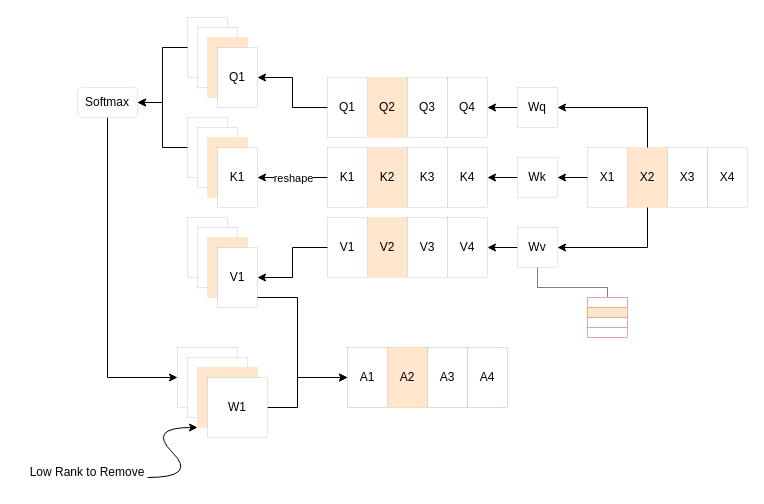
The draw.io diagram 未命名绘图.drawio in ZhangzeqingCN/api-project, before the edit. Source tidied: cells renumbered, new cells numbered last; positions are measured from the earlier drawing's top-left corner, leaving out a move shared by most shapes. Both pictures are drawn from the tidied source at 100%, with x=0, y=0 at pixel (17, 17).
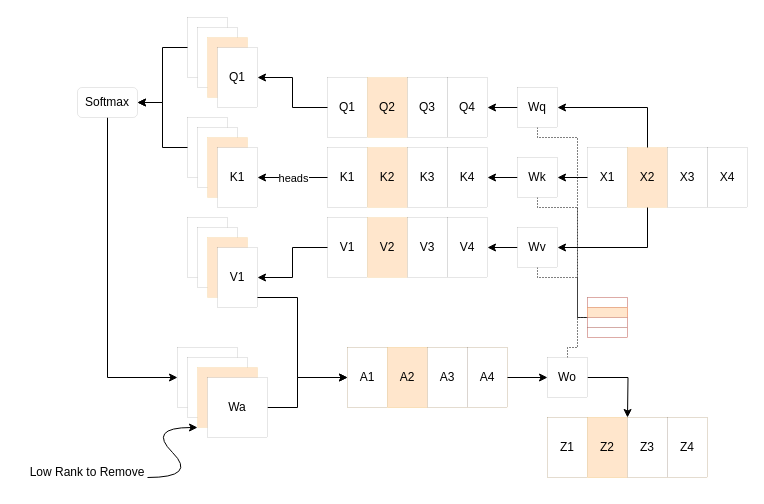
After the change.

Commit message (it also covers changes not shown here):
更新未命名绘图.drawio

Unchanged cells that the change refers to:
```xml
<mxCell id="13" value="Q1" style="rounded=0;whiteSpace=wrap;html=1;strokeWidth=0;" parent="12" vertex="1">
  <mxGeometry width="40" height="60" as="geometry" />
</mxCell>
<mxCell id="23" value="Wq" style="whiteSpace=wrap;html=1;strokeWidth=0;" parent="1" vertex="1">
  <mxGeometry x="500" y="70" width="40" height="40" as="geometry" />
</mxCell>
<mxCell id="25" value="Wk" style="whiteSpace=wrap;html=1;strokeWidth=0;" parent="1" vertex="1">
  <mxGeometry x="500" y="140" width="40" height="40" as="geometry" />
</mxCell>
<mxCell id="28" value="Wv" style="whiteSpace=wrap;html=1;strokeWidth=0;" parent="1" vertex="1">
  <mxGeometry x="500" y="210" width="40" height="40" as="geometry" />
</mxCell>
<mxCell id="36" value="Q1" style="rounded=0;whiteSpace=wrap;html=1;strokeWidth=0;" parent="32" vertex="1">
  <mxGeometry x="30" y="30" width="40" height="60" as="geometry" />
</mxCell>
<mxCell id="48" style="edgeStyle=orthogonalEdgeStyle;rounded=0;jettySize=auto;html=1;" parent="1" edge="1" source="8" target="41">
  <mxGeometry relative="1" as="geometry" />
</mxCell>
<mxCell id="51" style="group;" parent="1" vertex="1">
  <mxGeometry x="160" y="330" width="90" height="90" as="geometry" />
</mxCell>
<mxCell id="65" value="A4" style="rounded=0;whiteSpace=wrap;html=1;strokeWidth=0;" parent="61" vertex="1">
  <mxGeometry x="120" width="40" height="60" as="geometry" />
</mxCell>
<mxCell id="68" style="whiteSpace=wrap;html=1;strokeWidth=0;" parent="67" vertex="1">
  <mxGeometry width="40" height="10" as="geometry" />
</mxCell>
<mxCell id="69" style="whiteSpace=wrap;html=1;fillColor=#ffe6cc;strokeColor=#d79b00;strokeWidth=0;" parent="67" vertex="1">
  <mxGeometry y="10" width="40" height="10" as="geometry" />
</mxCell>
<mxCell id="70" style="whiteSpace=wrap;html=1;strokeWidth=0;" parent="67" vertex="1">
  <mxGeometry y="20" width="40" height="10" as="geometry" />
</mxCell>
```

Diff of the diagram source:
```diff
@@
+    <mxCell id="74" style="edgeStyle=orthogonalEdgeStyle;rounded=0;jettySize=auto;html=1;entryX=0;entryY=0;entryDx=0;entryDy=0;dashed=1;dashPattern=1 2;endArrow=none;startFill=0;" parent="1" edge="1" source="23" target="70">
+      <mxGeometry relative="1" as="geometry">
+        <Array as="points">
+          <mxPoint x="520" y="120" />
+          <mxPoint x="560" y="120" />
+          <mxPoint x="560" y="300" />
+        </Array>
+      </mxGeometry>
+    </mxCell>
@@
+    <mxCell id="75" style="edgeStyle=orthogonalEdgeStyle;rounded=0;jettySize=auto;html=1;entryX=0;entryY=0;entryDx=0;entryDy=0;dashed=1;dashPattern=1 2;endArrow=none;startFill=0;" parent="1" edge="1" source="25" target="70">
+      <mxGeometry relative="1" as="geometry">
+        <Array as="points">
+          <mxPoint x="520" y="190" />
+          <mxPoint x="560" y="190" />
+          <mxPoint x="560" y="300" />
+        </Array>
+      </mxGeometry>
+    </mxCell>
@@
-    <mxCell id="27" style="edgeStyle=orthogonalEdgeStyle;rounded=0;jettySize=auto;html=1;entryX=0.5;entryY=0;entryDx=0;entryDy=0;dashed=1;dashPattern=1 1;strokeColor=default;endArrow=none;startFill=0;strokeWidth=1;" parent="1" edge="1" source="28" target="68">
-      <mxGeometry relative="1" as="geometry">
-        <Array as="points">
-          <mxPoint x="520" y="270" />
-          <mxPoint x="590" y="270" />
-        </Array>
-      </mxGeometry>
-    </mxCell>
+    <mxCell id="76" style="edgeStyle=orthogonalEdgeStyle;rounded=0;jettySize=auto;html=1;entryX=0;entryY=0;entryDx=0;entryDy=0;dashed=1;dashPattern=1 2;endArrow=none;startFill=0;strokeWidth=1;" parent="1" edge="1" source="28" target="70">
+      <mxGeometry relative="1" as="geometry">
+        <Array as="points">
+          <mxPoint x="520" y="260" />
+          <mxPoint x="560" y="260" />
+          <mxPoint x="560" y="300" />
+        </Array>
+      </mxGeometry>
+    </mxCell>
@@
     <mxCell id="47" style="edgeStyle=orthogonalEdgeStyle;rounded=0;jettySize=auto;html=1;" parent="1" edge="1" source="13" target="36">
-      <mxGeometry relative="1" as="geometry" />
+      <mxGeometry relative="1" as="geometry">
+        <Array as="points">
+          <mxPoint x="275" y="90" />
+          <mxPoint x="275" y="60" />
+        </Array>
+      </mxGeometry>
     </mxCell>
@@
-    <mxCell id="49" value="reshape" style="edgeLabel;html=1;align=center;verticalAlign=middle;" parent="48" vertex="1">
+    <mxCell id="49" value="heads" style="edgeLabel;html=1;align=center;verticalAlign=middle;" parent="48" vertex="1">
       <mxGeometry x="-0.01" y="2" relative="1" as="geometry">
         <mxPoint y="-2" as="offset" />
       </mxGeometry>
     </mxCell>
@@
-    <mxCell id="56" value="W1" style="rounded=0;whiteSpace=wrap;html=1;strokeWidth=0;" parent="51" vertex="1">
+    <mxCell id="56" value="Wa" style="rounded=0;whiteSpace=wrap;html=1;strokeWidth=0;" parent="51" vertex="1">
       <mxGeometry x="30" y="30" width="60" height="60" as="geometry" />
     </mxCell>
@@
+    <mxCell id="77" style="edgeStyle=orthogonalEdgeStyle;rounded=0;jettySize=auto;html=1;entryX=0;entryY=1;entryDx=0;entryDy=0;dashed=1;dashPattern=1 2;endArrow=none;startFill=0;" parent="1" edge="1" source="79" target="69">
+      <mxGeometry relative="1" as="geometry">
+        <Array as="points">
+          <mxPoint x="550" y="330" />
+          <mxPoint x="560" y="330" />
+          <mxPoint x="560" y="300" />
+        </Array>
+      </mxGeometry>
+    </mxCell>
+    <mxCell id="78" style="edgeStyle=orthogonalEdgeStyle;rounded=0;jettySize=auto;html=1;exitX=1;exitY=0.5;exitDx=0;exitDy=0;" parent="1" edge="1" source="79">
+      <mxGeometry relative="1" as="geometry">
+        <mxPoint x="610" y="400" as="targetPoint" />
+      </mxGeometry>
+    </mxCell>
+    <mxCell id="79" value="Wo" style="whiteSpace=wrap;html=1;strokeWidth=0;" parent="1" vertex="1">
+      <mxGeometry x="530" y="340" width="40" height="40" as="geometry" />
+    </mxCell>
+    <mxCell id="80" style="edgeStyle=orthogonalEdgeStyle;rounded=0;jettySize=auto;html=1;" parent="1" edge="1" source="65" target="79">
+      <mxGeometry relative="1" as="geometry" />
+    </mxCell>
+    <mxCell id="81" style="group;fillColor=#ffe6cc;strokeColor=#d79b00;strokeWidth=0;" parent="1" vertex="1">
+      <mxGeometry x="530" y="400" width="160" height="60" as="geometry" />
+    </mxCell>
+    <mxCell id="82" value="Z1" style="rounded=0;whiteSpace=wrap;html=1;strokeWidth=0;" parent="81" vertex="1">
+      <mxGeometry width="40" height="60" as="geometry" />
+    </mxCell>
+    <mxCell id="83" value="Z2" style="rounded=0;whiteSpace=wrap;html=1;fillColor=#ffe6cc;strokeColor=#d79b00;strokeWidth=0;" parent="81" vertex="1">
+      <mxGeometry x="40" width="40" height="60" as="geometry" />
+    </mxCell>
+    <mxCell id="84" value="Z3" style="rounded=0;whiteSpace=wrap;html=1;strokeWidth=0;" parent="81" vertex="1">
+      <mxGeometry x="80" width="40" height="60" as="geometry" />
+    </mxCell>
+    <mxCell id="85" value="Z4" style="rounded=0;whiteSpace=wrap;html=1;strokeWidth=0;" parent="81" vertex="1">
+      <mxGeometry x="120" width="40" height="60" as="geometry" />
+    </mxCell>
```
